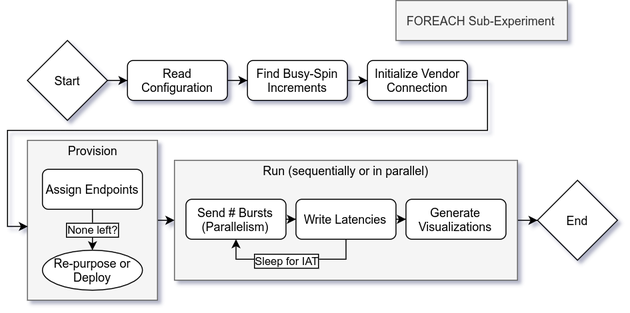
This is design/flow-chart.png from vhive-serverless/STeLLAR, a draw.io export, as it was before one commit. Source tidied: cells renumbered, new cells last; positions are measured from the earlier drawing's top-left corner, leaving out a move shared by most shapes. The source it was exported from:
```xml
<mxGraphModel shadow="1">
  <root>
    <mxCell id="0" />
    <mxCell id="1" parent="0" />
    <mxCell id="2" style="edgeStyle=orthogonalEdgeStyle;rounded=0;jettySize=auto;html=1;strokeWidth=1;" parent="1" edge="1" source="3" target="24">
      <mxGeometry relative="1" as="geometry" />
    </mxCell>
    <mxCell id="3" value="&lt;div align=&quot;left&quot;&gt;&lt;br&gt;&lt;/div&gt;" style="rounded=0;whiteSpace=wrap;html=1;labelBackgroundColor=none;fillColor=#f5f5f5;strokeColor=#666666;fontColor=#333333;" parent="1" vertex="1">
      <mxGeometry x="167" y="160" width="343" height="120" as="geometry" />
    </mxCell>
    <mxCell id="4" style="edgeStyle=orthogonalEdgeStyle;rounded=0;jettySize=auto;html=1;entryX=0;entryY=0.5;entryDx=0;entryDy=0;exitX=1;exitY=0.5;exitDx=0;exitDy=0;" parent="1" edge="1" source="5" target="3">
      <mxGeometry relative="1" as="geometry">
        <Array as="points">
          <mxPoint x="150" y="220" />
          <mxPoint x="150" y="220" />
        </Array>
      </mxGeometry>
    </mxCell>
    <mxCell id="5" value="&lt;div align=&quot;left&quot;&gt;&lt;br&gt;&lt;/div&gt;" style="rounded=0;whiteSpace=wrap;html=1;labelBackgroundColor=none;fillColor=#f5f5f5;strokeColor=#666666;fontColor=#333333;" parent="1" vertex="1">
      <mxGeometry x="19.9" y="140" width="130" height="160" as="geometry" />
    </mxCell>
    <mxCell id="6" style="edgeStyle=orthogonalEdgeStyle;rounded=0;jettySize=auto;html=1;strokeWidth=1;" parent="1" edge="1" source="7" target="9">
      <mxGeometry relative="1" as="geometry" />
    </mxCell>
    <mxCell id="7" value="Start" style="rhombus;whiteSpace=wrap;html=1;shadow=0;fontFamily=Helvetica;fontSize=12;fontColor=#000000;align=center;strokeColor=#000000;strokeWidth=1;fillColor=#ffffff;" parent="1" vertex="1">
      <mxGeometry x="19.9" y="40" width="80" height="80" as="geometry" />
    </mxCell>
    <mxCell id="8" style="edgeStyle=orthogonalEdgeStyle;rounded=0;jettySize=auto;html=1;strokeWidth=1;" parent="1" edge="1" source="9" target="19">
      <mxGeometry relative="1" as="geometry" />
    </mxCell>
    <mxCell id="9" value="Read Configuration" style="rounded=1;whiteSpace=wrap;html=1;shadow=0;fontFamily=Helvetica;fontSize=12;fontColor=#000000;align=center;strokeColor=#000000;strokeWidth=1;fillColor=#ffffff;" parent="1" vertex="1">
      <mxGeometry x="119.9" y="60" width="100" height="40" as="geometry" />
    </mxCell>
    <mxCell id="10" style="edgeStyle=orthogonalEdgeStyle;rounded=0;jettySize=auto;html=1;strokeWidth=1;" parent="1" edge="1" source="11" target="15">
      <mxGeometry relative="1" as="geometry" />
    </mxCell>
    <mxCell id="11" value="Send # Bursts (Parallelism)" style="rounded=1;whiteSpace=wrap;html=1;shadow=0;fontFamily=Helvetica;fontSize=12;fontColor=#000000;align=center;strokeColor=#000000;strokeWidth=1;fillColor=#ffffff;" parent="1" vertex="1">
      <mxGeometry x="178.5" y="199" width="100" height="40" as="geometry" />
    </mxCell>
    <mxCell id="12" style="edgeStyle=orthogonalEdgeStyle;rounded=0;jettySize=auto;html=1;entryX=0.5;entryY=1;entryDx=0;entryDy=0;exitX=0.5;exitY=1;exitDx=0;exitDy=0;" parent="1" edge="1" source="15" target="11">
      <mxGeometry relative="1" as="geometry" />
    </mxCell>
    <mxCell id="13" value="Sleep for IAT" style="edgeLabel;html=1;align=center;verticalAlign=middle;labelBorderColor=#000000;" parent="12" vertex="1">
      <mxGeometry x="0.26" relative="1" as="geometry">
        <mxPoint x="14.4" y="2" as="offset" />
      </mxGeometry>
    </mxCell>
    <mxCell id="14" style="edgeStyle=orthogonalEdgeStyle;rounded=0;jettySize=auto;html=1;strokeWidth=1;" parent="1" edge="1" source="15" target="17">
      <mxGeometry relative="1" as="geometry" />
    </mxCell>
    <mxCell id="15" value="Write Latencies" style="rounded=1;whiteSpace=wrap;html=1;shadow=0;fontFamily=Helvetica;fontSize=12;fontColor=#000000;align=center;strokeColor=#000000;strokeWidth=1;fillColor=#ffffff;" parent="1" vertex="1">
      <mxGeometry x="288.5" y="199" width="100" height="40" as="geometry" />
    </mxCell>
    <mxCell id="16" value="Run (sequentially or in parallel)" style="text;html=1;align=center;verticalAlign=middle;fontColor=#000000;" parent="1" vertex="1">
      <mxGeometry x="248.5" y="160" width="180" height="20" as="geometry" />
    </mxCell>
    <mxCell id="17" value="Generate Visualizations" style="rounded=1;whiteSpace=wrap;html=1;shadow=0;fontFamily=Helvetica;fontSize=12;fontColor=#000000;align=center;strokeColor=#000000;strokeWidth=1;fillColor=#ffffff;" parent="1" vertex="1">
      <mxGeometry x="398.5" y="199" width="100" height="40" as="geometry" />
    </mxCell>
    <mxCell id="18" style="edgeStyle=orthogonalEdgeStyle;rounded=0;jettySize=auto;html=1;strokeWidth=1;" parent="1" edge="1" source="19" target="23">
      <mxGeometry relative="1" as="geometry" />
    </mxCell>
    <mxCell id="19" value="Find Busy-Spin Increments" style="rounded=1;whiteSpace=wrap;html=1;shadow=0;fontFamily=Helvetica;fontSize=12;fontColor=#000000;align=center;strokeColor=#000000;strokeWidth=1;fillColor=#ffffff;" parent="1" vertex="1">
      <mxGeometry x="239.9" y="60" width="100" height="40" as="geometry" />
    </mxCell>
    <mxCell id="20" value="None left?" style="edgeStyle=orthogonalEdgeStyle;rounded=0;jettySize=auto;html=1;labelBorderColor=#000000;exitX=0.5;exitY=1;exitDx=0;exitDy=0;entryX=0.5;entryY=0;entryDx=0;entryDy=0;" parent="1" edge="1" source="21" target="25">
      <mxGeometry x="0.02" relative="1" as="geometry">
        <Array as="points">
          <mxPoint x="85" y="230" />
          <mxPoint x="85" y="230" />
        </Array>
      </mxGeometry>
    </mxCell>
    <mxCell id="21" value="Assign Endpoints" style="rounded=1;whiteSpace=wrap;html=1;shadow=0;fontFamily=Helvetica;fontSize=12;fontColor=#000000;align=center;strokeColor=#000000;strokeWidth=1;fillColor=#ffffff;" parent="1" vertex="1">
      <mxGeometry x="35" y="169" width="100" height="40" as="geometry" />
    </mxCell>
    <mxCell id="22" style="edgeStyle=orthogonalEdgeStyle;rounded=0;jettySize=auto;html=1;strokeWidth=1;entryX=0.003;entryY=0.539;entryDx=0;entryDy=0;entryPerimeter=0;exitX=1;exitY=0.5;exitDx=0;exitDy=0;" parent="1" edge="1" source="23" target="5">
      <mxGeometry relative="1" as="geometry">
        <Array as="points">
          <mxPoint x="480" y="80" />
          <mxPoint x="480" y="130" />
          <mxPoint y="130" />
          <mxPoint y="226" />
        </Array>
      </mxGeometry>
    </mxCell>
    <mxCell id="23" value="Initialize Vendor Connection" style="rounded=1;whiteSpace=wrap;html=1;shadow=0;fontFamily=Helvetica;fontSize=12;fontColor=#000000;align=center;strokeColor=#000000;strokeWidth=1;fillColor=#ffffff;" parent="1" vertex="1">
      <mxGeometry x="359.9" y="60" width="100" height="40" as="geometry" />
    </mxCell>
    <mxCell id="24" value="End" style="rhombus;whiteSpace=wrap;html=1;shadow=0;fontFamily=Helvetica;fontSize=12;fontColor=#000000;align=center;strokeColor=#000000;strokeWidth=1;fillColor=#ffffff;" parent="1" vertex="1">
      <mxGeometry x="530" y="180" width="80" height="80" as="geometry" />
    </mxCell>
    <mxCell id="25" value="Re-purpose or Deploy" style="ellipse;whiteSpace=wrap;html=1;shadow=0;fontFamily=Helvetica;fontSize=12;fontColor=#000000;align=center;strokeColor=#000000;strokeWidth=1;fillColor=#ffffff;" parent="1" vertex="1">
      <mxGeometry x="35" y="250" width="100" height="40" as="geometry" />
    </mxCell>
    <mxCell id="26" value="Provision" style="text;html=1;align=center;verticalAlign=middle;fontColor=#000000;" parent="1" vertex="1">
      <mxGeometry x="55" y="140" width="60" height="20" as="geometry" />
    </mxCell>
    <mxCell id="27" value="&lt;div align=&quot;left&quot;&gt;FOREACH Sub-Experiment&lt;/div&gt;" style="rounded=0;whiteSpace=wrap;html=1;labelBackgroundColor=none;fillColor=#f5f5f5;strokeColor=#666666;fontColor=#333333;" parent="1" vertex="1">
      <mxGeometry x="388.5" width="171.5" height="40" as="geometry" />
    </mxCell>
  </root>
</mxGraphModel>
```
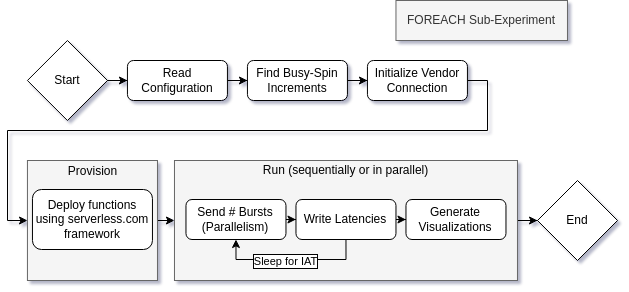
The same file after the commit.

Diff of the diagram source:
```diff
@@ -17,7 +17,7 @@
       </mxGeometry>
     </mxCell>
     <mxCell id="5" value="&lt;div align=&quot;left&quot;&gt;&lt;br&gt;&lt;/div&gt;" style="rounded=0;whiteSpace=wrap;html=1;labelBackgroundColor=none;fillColor=#f5f5f5;strokeColor=#666666;fontColor=#333333;" parent="1" vertex="1">
-      <mxGeometry x="19.9" y="140" width="130" height="160" as="geometry" />
+      <mxGeometry x="19.9" y="160" width="130" height="120" as="geometry" />
     </mxCell>
     <mxCell id="6" style="edgeStyle=orthogonalEdgeStyle;rounded=0;jettySize=auto;html=1;strokeWidth=1;" parent="1" edge="1" source="7" target="9">
       <mxGeometry relative="1" as="geometry" />
@@ -63,24 +63,15 @@
     <mxCell id="19" value="Find Busy-Spin Increments" style="rounded=1;whiteSpace=wrap;html=1;shadow=0;fontFamily=Helvetica;fontSize=12;fontColor=#000000;align=center;strokeColor=#000000;strokeWidth=1;fillColor=#ffffff;" parent="1" vertex="1">
       <mxGeometry x="239.9" y="60" width="100" height="40" as="geometry" />
     </mxCell>
-    <mxCell id="20" value="None left?" style="edgeStyle=orthogonalEdgeStyle;rounded=0;jettySize=auto;html=1;labelBorderColor=#000000;exitX=0.5;exitY=1;exitDx=0;exitDy=0;entryX=0.5;entryY=0;entryDx=0;entryDy=0;" parent="1" edge="1" source="21" target="25">
-      <mxGeometry x="0.02" relative="1" as="geometry">
-        <Array as="points">
-          <mxPoint x="85" y="230" />
-          <mxPoint x="85" y="230" />
-        </Array>
-      </mxGeometry>
-    </mxCell>
-    <mxCell id="21" value="Assign Endpoints" style="rounded=1;whiteSpace=wrap;html=1;shadow=0;fontFamily=Helvetica;fontSize=12;fontColor=#000000;align=center;strokeColor=#000000;strokeWidth=1;fillColor=#ffffff;" parent="1" vertex="1">
-      <mxGeometry x="35" y="169" width="100" height="40" as="geometry" />
-    </mxCell>
-    <mxCell id="22" style="edgeStyle=orthogonalEdgeStyle;rounded=0;jettySize=auto;html=1;strokeWidth=1;entryX=0.003;entryY=0.539;entryDx=0;entryDy=0;entryPerimeter=0;exitX=1;exitY=0.5;exitDx=0;exitDy=0;" parent="1" edge="1" source="23" target="5">
+    <mxCell id="22" style="edgeStyle=orthogonalEdgeStyle;rounded=0;jettySize=auto;html=1;strokeWidth=1;exitX=1;exitY=0.5;exitDx=0;exitDy=0;" parent="1" edge="1" source="23">
       <mxGeometry relative="1" as="geometry">
+        <mxPoint x="20" y="220" as="targetPoint" />
         <Array as="points">
           <mxPoint x="480" y="80" />
           <mxPoint x="480" y="130" />
           <mxPoint y="130" />
-          <mxPoint y="226" />
+          <mxPoint y="220" />
+          <mxPoint x="20" y="220" />
         </Array>
       </mxGeometry>
     </mxCell>
@@ -90,14 +81,14 @@
     <mxCell id="24" value="End" style="rhombus;whiteSpace=wrap;html=1;shadow=0;fontFamily=Helvetica;fontSize=12;fontColor=#000000;align=center;strokeColor=#000000;strokeWidth=1;fillColor=#ffffff;" parent="1" vertex="1">
       <mxGeometry x="530" y="180" width="80" height="80" as="geometry" />
     </mxCell>
-    <mxCell id="25" value="Re-purpose or Deploy" style="ellipse;whiteSpace=wrap;html=1;shadow=0;fontFamily=Helvetica;fontSize=12;fontColor=#000000;align=center;strokeColor=#000000;strokeWidth=1;fillColor=#ffffff;" parent="1" vertex="1">
-      <mxGeometry x="35" y="250" width="100" height="40" as="geometry" />
-    </mxCell>
     <mxCell id="26" value="Provision" style="text;html=1;align=center;verticalAlign=middle;fontColor=#000000;" parent="1" vertex="1">
-      <mxGeometry x="55" y="140" width="60" height="20" as="geometry" />
+      <mxGeometry x="55" y="161" width="60" height="20" as="geometry" />
     </mxCell>
     <mxCell id="27" value="&lt;div align=&quot;left&quot;&gt;FOREACH Sub-Experiment&lt;/div&gt;" style="rounded=0;whiteSpace=wrap;html=1;labelBackgroundColor=none;fillColor=#f5f5f5;strokeColor=#666666;fontColor=#333333;" parent="1" vertex="1">
       <mxGeometry x="388.5" width="171.5" height="40" as="geometry" />
     </mxCell>
+    <mxCell id="28" value="Deploy functions using serverless.com framework" style="rounded=1;whiteSpace=wrap;html=1;" parent="1" vertex="1">
+      <mxGeometry x="25" y="189" width="120" height="60" as="geometry" />
+    </mxCell>
   </root>
 </mxGraphModel>
```
